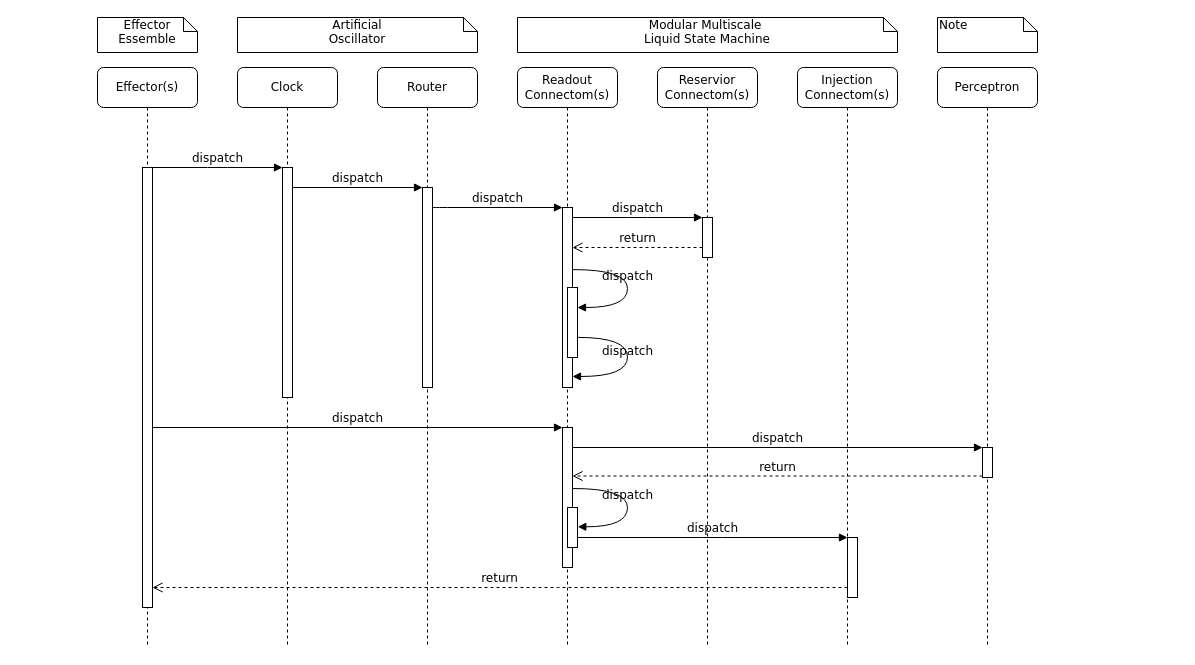
This is Untitled Diagram.drawio from xiechuxi/Memorophila_computing, a draw.io file, before an edit. Source tidied: cells renumbered, new cells numbered last; positions are measured from the earlier drawing's top-left corner, leaving out a move shared by most shapes. Both pictures are drawn from the tidied source at 100%, with x=0, y=0 at pixel (97, 17).
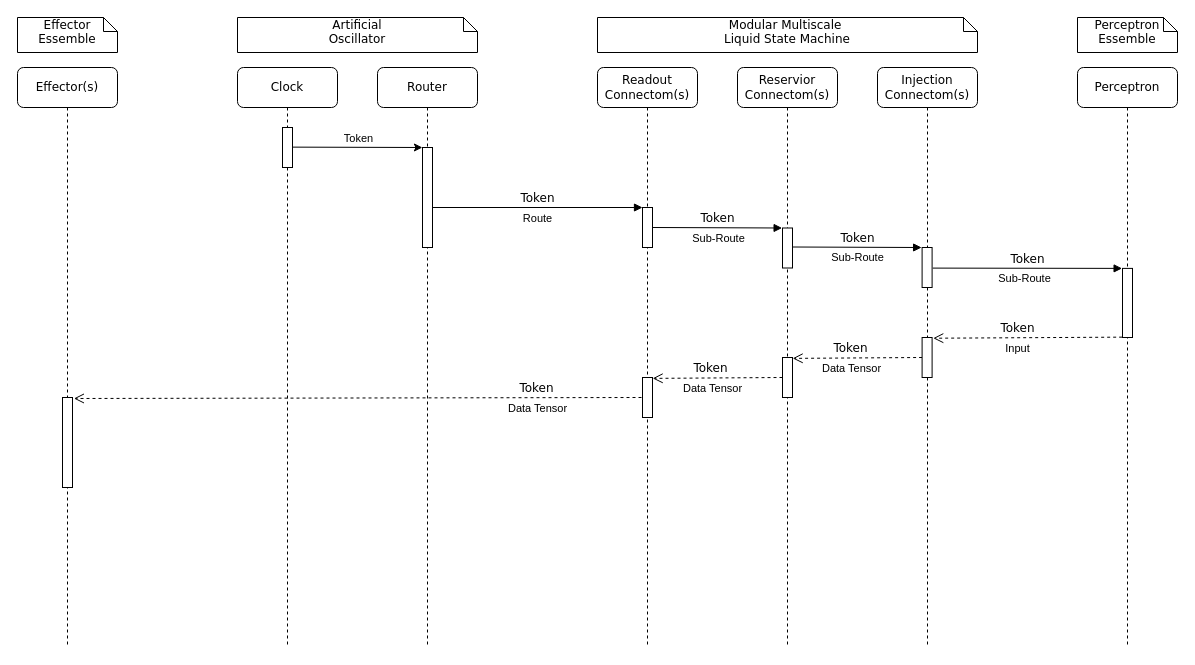
The same page after the edit.

Commit message:
Forward-communicate diagram

The change refers to these unchanged cells:
```xml
<mxCell id="2" value="Clock" style="shape=umlLifeline;perimeter=lifelinePerimeter;whiteSpace=wrap;html=1;rounded=1;shadow=0;comic=0;labelBackgroundColor=none;strokeWidth=1;fontFamily=Verdana;fontSize=12;align=center;" parent="1" vertex="1">
  <mxGeometry x="140" y="50" width="100" height="580" as="geometry" />
</mxCell>
<mxCell id="4" value="Router" style="shape=umlLifeline;perimeter=lifelinePerimeter;whiteSpace=wrap;html=1;rounded=1;shadow=0;comic=0;labelBackgroundColor=none;strokeWidth=1;fontFamily=Verdana;fontSize=12;align=center;" parent="1" vertex="1">
  <mxGeometry x="280" y="50" width="100" height="580" as="geometry" />
</mxCell>
```

What changed in the source:
```diff
@@
+    <mxCell id="10" value="Effector(s)" style="shape=umlLifeline;perimeter=lifelinePerimeter;whiteSpace=wrap;html=1;rounded=1;shadow=0;comic=0;labelBackgroundColor=none;strokeWidth=1;fontFamily=Verdana;fontSize=12;align=center;" parent="1" vertex="1">
+      <mxGeometry x="-80" y="50" width="100" height="580" as="geometry" />
+    </mxCell>
+    <mxCell id="7" value="Reservior Connectom(s)" style="shape=umlLifeline;perimeter=lifelinePerimeter;whiteSpace=wrap;html=1;rounded=1;shadow=0;comic=0;labelBackgroundColor=none;strokeWidth=1;fontFamily=Verdana;fontSize=12;align=center;" parent="1" vertex="1">
+      <mxGeometry x="640" y="50" width="100" height="580" as="geometry" />
+    </mxCell>
+    <mxCell id="14" style="html=1;points=[];perimeter=orthogonalPerimeter;rounded=0;shadow=0;comic=0;labelBackgroundColor=none;strokeWidth=1;fontFamily=Verdana;fontSize=12;align=center;" parent="7" vertex="1">
+      <mxGeometry x="45" y="160.5" width="10" height="40" as="geometry" />
+    </mxCell>
+    <mxCell id="36" value="Token" style="html=1;verticalAlign=bottom;endArrow=block;labelBackgroundColor=none;fontFamily=Verdana;fontSize=12;elbow=vertical;entryX=-0.043;entryY=0.23;entryDx=0;entryDy=0;entryPerimeter=0;exitX=1.044;exitY=0.053;exitDx=0;exitDy=0;exitPerimeter=0;" parent="7" edge="1">
+      <mxGeometry relative="1" as="geometry">
+        <mxPoint x="-84.6" y="160" as="sourcePoint" />
+        <mxPoint x="44.6" y="160.5" as="targetPoint" />
+      </mxGeometry>
+    </mxCell>
+    <mxCell id="37" value="Sub-Route" style="edgeLabel;html=1;align=center;verticalAlign=middle;" parent="36" vertex="1">
+      <mxGeometry x="-0.12" relative="1" as="geometry">
+        <mxPoint x="8" y="10" as="offset" />
+      </mxGeometry>
+    </mxCell>
+    <mxCell id="6" value="Readout Connectom(s)" style="shape=umlLifeline;perimeter=lifelinePerimeter;whiteSpace=wrap;html=1;rounded=1;shadow=0;comic=0;labelBackgroundColor=none;strokeWidth=1;fontFamily=Verdana;fontSize=12;align=center;" parent="7" vertex="1">
+      <mxGeometry x="-140" width="100" height="580" as="geometry" />
+    </mxCell>
+    <mxCell id="38" value="Token" style="html=1;verticalAlign=bottom;endArrow=open;dashed=1;endSize=8;labelBackgroundColor=none;fontFamily=Verdana;fontSize=12;exitX=-0.103;exitY=0.985;exitDx=0;exitDy=0;exitPerimeter=0;entryX=1.14;entryY=0.011;entryDx=0;entryDy=0;entryPerimeter=0;" parent="6" edge="1" target="11">
+      <mxGeometry x="-0.63" relative="1" as="geometry">
+        <mxPoint x="44" y="330" as="sourcePoint" />
+      </mxGeometry>
+    </mxCell>
+    <mxCell id="39" value="Data Tensor" style="edgeLabel;html=1;align=center;verticalAlign=middle;" parent="38" vertex="1">
+      <mxGeometry x="0.14" y="2" relative="1" as="geometry">
+        <mxPoint x="219" y="8" as="offset" />
+      </mxGeometry>
+    </mxCell>
+    <mxCell id="40" style="html=1;points=[];perimeter=orthogonalPerimeter;rounded=0;shadow=0;comic=0;labelBackgroundColor=none;strokeWidth=1;fontFamily=Verdana;fontSize=12;align=center;" parent="6" vertex="1">
+      <mxGeometry x="45" y="310" width="10" height="40" as="geometry" />
+    </mxCell>
+    <mxCell id="41" value="Token" style="html=1;verticalAlign=bottom;endArrow=open;dashed=1;endSize=8;labelBackgroundColor=none;fontFamily=Verdana;fontSize=12;exitX=0.005;exitY=1.001;exitDx=0;exitDy=0;exitPerimeter=0;entryX=1.017;entryY=0.022;entryDx=0;entryDy=0;entryPerimeter=0;" parent="6" edge="1" target="40">
+      <mxGeometry x="0.11" relative="1" as="geometry">
+        <mxPoint x="185" y="310" as="sourcePoint" />
+      </mxGeometry>
+    </mxCell>
+    <mxCell id="42" value="Data Tensor" style="edgeLabel;html=1;align=center;verticalAlign=middle;" parent="41" vertex="1">
+      <mxGeometry x="0.14" y="2" relative="1" as="geometry">
+        <mxPoint x="3" y="8" as="offset" />
+      </mxGeometry>
+    </mxCell>
+    <mxCell id="43" style="html=1;points=[];perimeter=orthogonalPerimeter;rounded=0;shadow=0;comic=0;labelBackgroundColor=none;strokeWidth=1;fontFamily=Verdana;fontSize=12;align=center;" parent="6" vertex="1">
+      <mxGeometry x="185" y="290" width="10" height="40" as="geometry" />
+    </mxCell>
+    <mxCell id="44" value="Token" style="html=1;verticalAlign=bottom;endArrow=open;dashed=1;endSize=8;labelBackgroundColor=none;fontFamily=Verdana;fontSize=12;exitX=0.005;exitY=1.001;exitDx=0;exitDy=0;exitPerimeter=0;entryX=1.017;entryY=0.022;entryDx=0;entryDy=0;entryPerimeter=0;" parent="6" edge="1" target="43">
+      <mxGeometry x="0.11" relative="1" as="geometry">
+        <mxPoint x="324.6" y="290" as="sourcePoint" />
+      </mxGeometry>
+    </mxCell>
+    <mxCell id="45" value="Data Tensor" style="edgeLabel;html=1;align=center;verticalAlign=middle;" parent="44" vertex="1">
+      <mxGeometry x="0.14" y="2" relative="1" as="geometry">
+        <mxPoint x="3" y="8" as="offset" />
+      </mxGeometry>
+    </mxCell>
+    <mxCell id="11" style="html=1;points=[];perimeter=orthogonalPerimeter;rounded=0;shadow=0;comic=0;labelBackgroundColor=none;strokeWidth=1;fontFamily=Verdana;fontSize=12;align=center;" parent="6" vertex="1">
+      <mxGeometry x="-535" y="330" width="10" height="90" as="geometry" />
+    </mxCell>
@@
     <mxCell id="3" style="html=1;points=[];perimeter=orthogonalPerimeter;rounded=0;shadow=0;comic=0;labelBackgroundColor=none;strokeWidth=1;fontFamily=Verdana;fontSize=12;align=center;" parent="2" vertex="1">
-      <mxGeometry x="45" y="100" width="10" height="230" as="geometry" />
+      <mxGeometry x="45" y="60" width="10" height="40" as="geometry" />
     </mxCell>
@@
     <mxCell id="5" style="html=1;points=[];perimeter=orthogonalPerimeter;rounded=0;shadow=0;comic=0;labelBackgroundColor=none;strokeWidth=1;fontFamily=Verdana;fontSize=12;align=center;" parent="4" vertex="1">
-      <mxGeometry x="45" y="120" width="10" height="200" as="geometry" />
+      <mxGeometry x="45" y="80" width="10" height="100" as="geometry" />
     </mxCell>
-    <mxCell id="6" value="Readout Connectom(s)" style="shape=umlLifeline;perimeter=lifelinePerimeter;whiteSpace=wrap;html=1;rounded=1;shadow=0;comic=0;labelBackgroundColor=none;strokeWidth=1;fontFamily=Verdana;fontSize=12;align=center;" parent="1" vertex="1">
-      <mxGeometry x="420" y="50" width="100" height="580" as="geometry" />
-    </mxCell>
-    <mxCell id="7" value="Reservior Connectom(s)" style="shape=umlLifeline;perimeter=lifelinePerimeter;whiteSpace=wrap;html=1;rounded=1;shadow=0;comic=0;labelBackgroundColor=none;strokeWidth=1;fontFamily=Verdana;fontSize=12;align=center;" parent="1" vertex="1">
-      <mxGeometry x="560" y="50" width="100" height="580" as="geometry" />
-    </mxCell>
+    <mxCell id="46" style="rounded=0;jettySize=auto;html=1;entryX=-0.023;entryY=0.045;entryDx=0;entryDy=0;entryPerimeter=0;exitX=1.046;exitY=0.491;exitDx=0;exitDy=0;exitPerimeter=0;labelPosition=center;verticalLabelPosition=top;align=center;verticalAlign=bottom;" parent="4" edge="1" source="3">
+      <mxGeometry relative="1" as="geometry">
+        <mxPoint x="44.9" y="80" as="targetPoint" />
+      </mxGeometry>
+    </mxCell>
+    <mxCell id="47" value="Token" style="edgeLabel;html=1;align=center;verticalAlign=middle;" parent="46" vertex="1">
+      <mxGeometry x="-0.24" relative="1" as="geometry">
+        <mxPoint x="16" y="-9" as="offset" />
+      </mxGeometry>
+    </mxCell>
     <mxCell id="8" value="Injection&lt;div&gt;Connectom(s)&lt;/div&gt;" style="shape=umlLifeline;perimeter=lifelinePerimeter;whiteSpace=wrap;html=1;rounded=1;shadow=0;comic=0;labelBackgroundColor=none;strokeWidth=1;fontFamily=Verdana;fontSize=12;align=center;" parent="1" vertex="1">
-      <mxGeometry x="700" y="50" width="100" height="580" as="geometry" />
+      <mxGeometry x="780" y="50" width="100" height="580" as="geometry" />
     </mxCell>
+    <mxCell id="48" style="html=1;points=[];perimeter=orthogonalPerimeter;rounded=0;shadow=0;comic=0;labelBackgroundColor=none;strokeWidth=1;fontFamily=Verdana;fontSize=12;align=center;" parent="8" vertex="1">
+      <mxGeometry x="44.6" y="180" width="10" height="40" as="geometry" />
+    </mxCell>
+    <mxCell id="49" value="Token" style="html=1;verticalAlign=bottom;endArrow=block;labelBackgroundColor=none;fontFamily=Verdana;fontSize=12;elbow=vertical;entryX=-0.043;entryY=0.23;entryDx=0;entryDy=0;entryPerimeter=0;exitX=1.044;exitY=0.053;exitDx=0;exitDy=0;exitPerimeter=0;" parent="8" edge="1">
+      <mxGeometry relative="1" as="geometry">
+        <mxPoint x="-85" y="179.5" as="sourcePoint" />
+        <mxPoint x="44.1" y="180" as="targetPoint" />
+      </mxGeometry>
+    </mxCell>
+    <mxCell id="50" value="Sub-Route" style="edgeLabel;html=1;align=center;verticalAlign=middle;" parent="49" vertex="1">
+      <mxGeometry x="-0.12" relative="1" as="geometry">
+        <mxPoint x="8" y="10" as="offset" />
+      </mxGeometry>
+    </mxCell>
+    <mxCell id="51" style="html=1;points=[];perimeter=orthogonalPerimeter;rounded=0;shadow=0;comic=0;labelBackgroundColor=none;strokeWidth=1;fontFamily=Verdana;fontSize=12;align=center;" parent="8" vertex="1">
+      <mxGeometry x="44.6" y="270" width="10" height="40" as="geometry" />
+    </mxCell>
     <mxCell id="9" value="Perceptron" style="shape=umlLifeline;perimeter=lifelinePerimeter;whiteSpace=wrap;html=1;rounded=1;shadow=0;comic=0;labelBackgroundColor=none;strokeWidth=1;fontFamily=Verdana;fontSize=12;align=center;" parent="1" vertex="1">
-      <mxGeometry x="840" y="50" width="100" height="580" as="geometry" />
+      <mxGeometry x="980" y="50" width="100" height="580" as="geometry" />
     </mxCell>
-    <mxCell id="10" value="Effector(s)" style="shape=umlLifeline;perimeter=lifelinePerimeter;whiteSpace=wrap;html=1;rounded=1;shadow=0;comic=0;labelBackgroundColor=none;strokeWidth=1;fontFamily=Verdana;fontSize=12;align=center;" parent="1" vertex="1">
-      <mxGeometry y="50" width="100" height="580" as="geometry" />
-    </mxCell>
-    <mxCell id="11" style="html=1;points=[];perimeter=orthogonalPerimeter;rounded=0;shadow=0;comic=0;labelBackgroundColor=none;strokeWidth=1;fontFamily=Verdana;fontSize=12;align=center;" parent="10" vertex="1">
-      <mxGeometry x="45" y="100" width="10" height="440" as="geometry" />
-    </mxCell>
+    <mxCell id="52" style="html=1;points=[];perimeter=orthogonalPerimeter;rounded=0;shadow=0;comic=0;labelBackgroundColor=none;strokeWidth=1;fontFamily=Verdana;fontSize=12;align=center;" parent="9" vertex="1">
+      <mxGeometry x="45" y="200.9" width="10" height="69.1" as="geometry" />
+    </mxCell>
+    <mxCell id="53" value="Token" style="html=1;verticalAlign=bottom;endArrow=block;labelBackgroundColor=none;fontFamily=Verdana;fontSize=12;elbow=vertical;entryX=-0.043;entryY=0.23;entryDx=0;entryDy=0;entryPerimeter=0;exitX=1.061;exitY=0.515;exitDx=0;exitDy=0;exitPerimeter=0;" parent="9" edge="1" source="48">
+      <mxGeometry relative="1" as="geometry">
+        <mxPoint x="44.6" y="200.9" as="targetPoint" />
+      </mxGeometry>
+    </mxCell>
+    <mxCell id="54" value="Sub-Route" style="edgeLabel;html=1;align=center;verticalAlign=middle;" parent="53" vertex="1">
+      <mxGeometry x="-0.12" relative="1" as="geometry">
+        <mxPoint x="8" y="10" as="offset" />
+      </mxGeometry>
+    </mxCell>
     <mxCell id="12" style="html=1;points=[];perimeter=orthogonalPerimeter;rounded=0;shadow=0;comic=0;labelBackgroundColor=none;strokeWidth=1;fontFamily=Verdana;fontSize=12;align=center;" parent="1" vertex="1">
-      <mxGeometry x="465" y="190" width="10" height="180" as="geometry" />
+      <mxGeometry x="545" y="190" width="10" height="40" as="geometry" />
     </mxCell>
-    <mxCell id="13" value="dispatch" style="html=1;verticalAlign=bottom;endArrow=block;labelBackgroundColor=none;fontFamily=Verdana;fontSize=12;edgeStyle=elbowEdgeStyle;elbow=vertical;" parent="1" edge="1" source="5" target="12">
+    <mxCell id="13" value="Token" style="html=1;verticalAlign=bottom;endArrow=block;labelBackgroundColor=none;fontFamily=Verdana;fontSize=12;elbow=vertical;exitX=0.992;exitY=0.352;exitDx=0;exitDy=0;exitPerimeter=0;" parent="1" edge="1">
       <mxGeometry relative="1" as="geometry">
-        <Array as="points">
-          <mxPoint x="340" y="190" />
-        </Array>
+        <mxPoint x="334.9" y="190" as="sourcePoint" />
+        <mxPoint x="545" y="190" as="targetPoint" />
       </mxGeometry>
     </mxCell>
-    <mxCell id="14" style="html=1;points=[];perimeter=orthogonalPerimeter;rounded=0;shadow=0;comic=0;labelBackgroundColor=none;strokeWidth=1;fontFamily=Verdana;fontSize=12;align=center;" parent="1" vertex="1">
-      <mxGeometry x="605" y="200" width="10" height="40" as="geometry" />
-    </mxCell>
-    <mxCell id="15" value="dispatch" style="html=1;verticalAlign=bottom;endArrow=block;entryX=0;entryY=0;labelBackgroundColor=none;fontFamily=Verdana;fontSize=12;edgeStyle=elbowEdgeStyle;elbow=vertical;" parent="1" edge="1" source="12" target="14">
-      <mxGeometry relative="1" as="geometry" />
-    </mxCell>
-    <mxCell id="16" value="return" style="html=1;verticalAlign=bottom;endArrow=open;dashed=1;endSize=8;labelBackgroundColor=none;fontFamily=Verdana;fontSize=12;edgeStyle=elbowEdgeStyle;elbow=vertical;" parent="1" edge="1" source="14" target="12">
-      <mxGeometry relative="1" as="geometry">
-        <Array as="points">
-          <mxPoint x="550" y="230" />
-          <mxPoint x="580" y="230" />
-        </Array>
-      </mxGeometry>
-    </mxCell>
-    <mxCell id="17" style="html=1;points=[];perimeter=orthogonalPerimeter;rounded=0;shadow=0;comic=0;labelBackgroundColor=none;strokeWidth=1;fontFamily=Verdana;fontSize=12;align=center;" parent="1" vertex="1">
-      <mxGeometry x="465" y="410" width="10" height="140" as="geometry" />
-    </mxCell>
-    <mxCell id="18" value="dispatch" style="html=1;verticalAlign=bottom;endArrow=block;entryX=0;entryY=0;labelBackgroundColor=none;fontFamily=Verdana;fontSize=12;" parent="1" edge="1" source="11" target="17">
-      <mxGeometry relative="1" as="geometry" />
-    </mxCell>
-    <mxCell id="19" style="html=1;points=[];perimeter=orthogonalPerimeter;rounded=0;shadow=0;comic=0;labelBackgroundColor=none;strokeColor=#000000;strokeWidth=1;fillColor=#FFFFFF;fontFamily=Verdana;fontSize=12;fontColor=#000000;align=center;" parent="1" vertex="1">
-      <mxGeometry x="885" y="430" width="10" height="30" as="geometry" />
-    </mxCell>
-    <mxCell id="20" value="dispatch" style="html=1;verticalAlign=bottom;endArrow=block;entryX=0;entryY=0;labelBackgroundColor=none;fontFamily=Verdana;fontSize=12;" parent="1" edge="1" source="17" target="19">
-      <mxGeometry relative="1" as="geometry" />
-    </mxCell>
-    <mxCell id="21" value="return" style="html=1;verticalAlign=bottom;endArrow=open;dashed=1;endSize=8;exitX=0;exitY=0.95;labelBackgroundColor=none;fontFamily=Verdana;fontSize=12;" parent="1" edge="1" source="19" target="17">
-      <mxGeometry relative="1" as="geometry" />
-    </mxCell>
-    <mxCell id="22" style="html=1;points=[];perimeter=orthogonalPerimeter;rounded=0;shadow=0;comic=0;labelBackgroundColor=none;strokeWidth=1;fontFamily=Verdana;fontSize=12;align=center;" parent="1" vertex="1">
-      <mxGeometry x="750" y="520" width="10" height="60" as="geometry" />
-    </mxCell>
-    <mxCell id="23" value="dispatch" style="html=1;verticalAlign=bottom;endArrow=block;entryX=0;entryY=0;labelBackgroundColor=none;fontFamily=Verdana;fontSize=12;edgeStyle=elbowEdgeStyle;elbow=vertical;" parent="1" edge="1" source="30" target="22">
-      <mxGeometry relative="1" as="geometry" />
-    </mxCell>
-    <mxCell id="24" value="return" style="html=1;verticalAlign=bottom;endArrow=open;dashed=1;endSize=8;labelBackgroundColor=none;fontFamily=Verdana;fontSize=12;edgeStyle=elbowEdgeStyle;elbow=vertical;" parent="1" edge="1" source="22" target="11">
-      <mxGeometry relative="1" as="geometry">
-        <Array as="points">
-          <mxPoint x="450" y="570" />
-        </Array>
-      </mxGeometry>
-    </mxCell>
-    <mxCell id="25" value="dispatch" style="html=1;verticalAlign=bottom;endArrow=block;entryX=0;entryY=0;labelBackgroundColor=none;fontFamily=Verdana;fontSize=12;edgeStyle=elbowEdgeStyle;elbow=vertical;" parent="1" edge="1" source="11" target="3">
-      <mxGeometry relative="1" as="geometry" />
-    </mxCell>
-    <mxCell id="26" value="dispatch" style="html=1;verticalAlign=bottom;endArrow=block;entryX=0;entryY=0;labelBackgroundColor=none;fontFamily=Verdana;fontSize=12;edgeStyle=elbowEdgeStyle;elbow=vertical;" parent="1" edge="1" source="3" target="5">
-      <mxGeometry relative="1" as="geometry" />
-    </mxCell>
-    <mxCell id="27" style="html=1;points=[];perimeter=orthogonalPerimeter;rounded=0;shadow=0;comic=0;labelBackgroundColor=none;strokeWidth=1;fontFamily=Verdana;fontSize=12;align=center;" parent="1" vertex="1">
-      <mxGeometry x="470" y="270" width="10" height="70" as="geometry" />
-    </mxCell>
-    <mxCell id="28" value="dispatch" style="html=1;verticalAlign=bottom;endArrow=block;labelBackgroundColor=none;fontFamily=Verdana;fontSize=12;elbow=vertical;edgeStyle=orthogonalEdgeStyle;curved=1;entryX=1;entryY=0.286;entryPerimeter=0;exitX=1.038;exitY=0.345;exitPerimeter=0;" parent="1" edge="1" source="12" target="27">
-      <mxGeometry relative="1" as="geometry">
-        <Array as="points">
-          <mxPoint x="530" y="252" />
-          <mxPoint x="530" y="290" />
-        </Array>
-      </mxGeometry>
-    </mxCell>
-    <mxCell id="29" value="dispatch" style="html=1;verticalAlign=bottom;endArrow=block;labelBackgroundColor=none;fontFamily=Verdana;fontSize=12;elbow=vertical;edgeStyle=orthogonalEdgeStyle;curved=1;exitX=1.066;exitY=0.713;exitPerimeter=0;" parent="1" edge="1" source="27">
-      <mxGeometry relative="1" as="geometry">
-        <mxPoint x="475" y="359" as="targetPoint" />
-        <Array as="points">
-          <mxPoint x="530" y="320" />
-          <mxPoint x="530" y="359" />
-        </Array>
-      </mxGeometry>
-    </mxCell>
-    <mxCell id="30" style="html=1;points=[];perimeter=orthogonalPerimeter;rounded=0;shadow=0;comic=0;labelBackgroundColor=none;strokeWidth=1;fontFamily=Verdana;fontSize=12;align=center;" parent="1" vertex="1">
-      <mxGeometry x="470" y="490" width="10" height="40" as="geometry" />
-    </mxCell>
-    <mxCell id="31" value="dispatch" style="html=1;verticalAlign=bottom;endArrow=block;labelBackgroundColor=none;fontFamily=Verdana;fontSize=12;elbow=vertical;edgeStyle=orthogonalEdgeStyle;curved=1;entryX=1;entryY=0.286;entryPerimeter=0;exitX=1.038;exitY=0.345;exitPerimeter=0;" parent="1" edge="1">
-      <mxGeometry relative="1" as="geometry">
-        <mxPoint x="475.3" y="471" as="sourcePoint" />
-        <mxPoint x="480.3" y="509.3" as="targetPoint" />
-        <Array as="points">
-          <mxPoint x="530" y="471" />
-          <mxPoint x="530" y="509" />
-        </Array>
-      </mxGeometry>
-    </mxCell>
+    <mxCell id="55" value="Route" style="edgeLabel;html=1;align=center;verticalAlign=middle;" parent="13" vertex="1">
+      <mxGeometry x="-0.12" relative="1" as="geometry">
+        <mxPoint x="13" y="10" as="offset" />
+      </mxGeometry>
+    </mxCell>
     <mxCell id="32" value="Effector&lt;div&gt;Essemble&lt;/div&gt;" style="shape=note;whiteSpace=wrap;html=1;size=14;verticalAlign=top;align=center;spacingTop=-6;rounded=0;shadow=0;comic=0;labelBackgroundColor=none;strokeWidth=1;fontFamily=Verdana;fontSize=12;" parent="1" vertex="1">
-      <mxGeometry width="100" height="35" as="geometry" />
+      <mxGeometry x="-80" width="100" height="35" as="geometry" />
     </mxCell>
@@
     <mxCell id="34" value="&lt;div&gt;Modular Multiscale&amp;nbsp;&lt;/div&gt;&lt;div&gt;Liquid State Machine&lt;/div&gt;&lt;div&gt;&lt;br&gt;&lt;/div&gt;" style="shape=note;whiteSpace=wrap;html=1;size=14;verticalAlign=top;align=center;spacingTop=-6;rounded=0;shadow=0;comic=0;labelBackgroundColor=none;strokeWidth=1;fontFamily=Verdana;fontSize=12;" parent="1" vertex="1">
-      <mxGeometry x="420" width="380" height="35" as="geometry" />
+      <mxGeometry x="500" width="380" height="35" as="geometry" />
     </mxCell>
-    <mxCell id="35" value="Note" style="shape=note;whiteSpace=wrap;html=1;size=14;verticalAlign=top;align=left;spacingTop=-6;rounded=0;shadow=0;comic=0;labelBackgroundColor=none;strokeWidth=1;fontFamily=Verdana;fontSize=12;" parent="1" vertex="1">
-      <mxGeometry x="840" width="100" height="35" as="geometry" />
+    <mxCell id="35" value="Perceptron&lt;div&gt;Essemble&lt;/div&gt;" style="shape=note;whiteSpace=wrap;html=1;size=14;verticalAlign=top;align=center;spacingTop=-6;rounded=0;shadow=0;comic=0;labelBackgroundColor=none;strokeWidth=1;fontFamily=Verdana;fontSize=12;" parent="1" vertex="1">
+      <mxGeometry x="980" width="100" height="35" as="geometry" />
     </mxCell>
+    <mxCell id="56" value="Token" style="html=1;verticalAlign=bottom;endArrow=open;dashed=1;endSize=8;labelBackgroundColor=none;fontFamily=Verdana;fontSize=12;entryX=1.114;entryY=0.018;entryDx=0;entryDy=0;entryPerimeter=0;exitX=-0.033;exitY=0.995;exitDx=0;exitDy=0;exitPerimeter=0;" parent="1" edge="1" source="52" target="51">
+      <mxGeometry x="0.11" relative="1" as="geometry" />
+    </mxCell>
+    <mxCell id="57" value="Input" style="edgeLabel;html=1;align=center;verticalAlign=middle;" parent="56" vertex="1">
+      <mxGeometry x="0.14" y="2" relative="1" as="geometry">
+        <mxPoint x="3" y="8" as="offset" />
+      </mxGeometry>
+    </mxCell>
```
